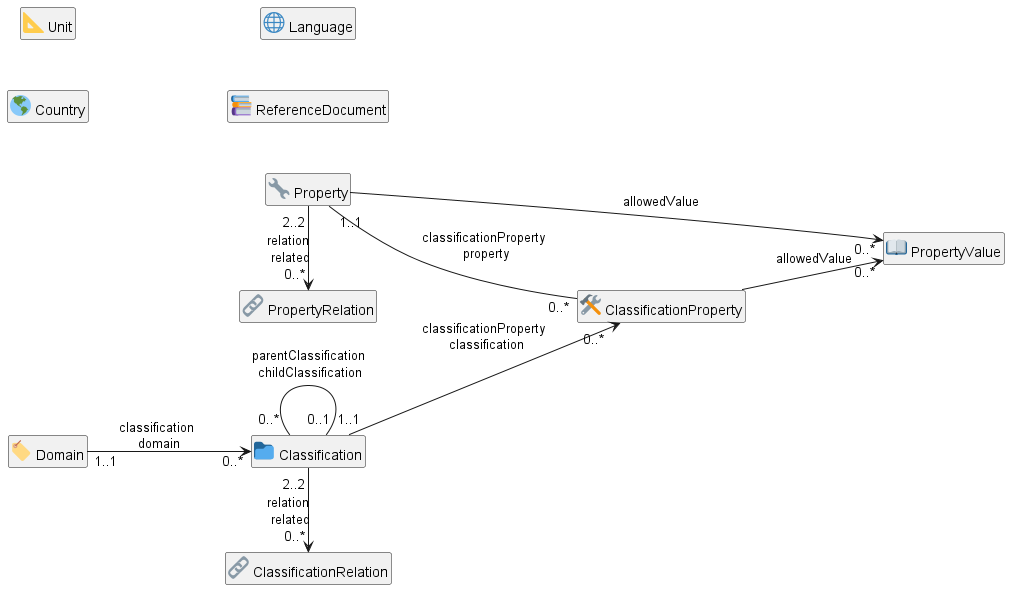
Before: soml2puml/img/bsdd-graphql-soml-diagram-overview.png, a diagram exported from PlantUML (VladimirAlexiev/soml). The source it was exported from:
```plantuml
@startuml
hide empty members
hide circle
left to right direction
skinparam nodesep 50

class "<:triangular_ruler:> Unit" as Unit
class "<:earth_americas:> Country" as Country
class "<:globe_with_meridians:> Language" as Language
class "<:books:> ReferenceDocument" as ReferenceDocument
class "<:label:> Domain" as Domain
class "<:wrench:> Property" as Property
class "<:file_folder:> Classification" as Classification
class "<:link:> ClassificationRelation" as ClassificationRelation
class "<:link:> PropertyRelation" as PropertyRelation
class "<:hammer_and_wrench:> ClassificationProperty" as ClassificationProperty
class "<:book:> PropertyValue" as PropertyValue
Domain                     "1..1" -d-> "0..*" Classification             : classification\n domain
Classification             "0..*" -d-  "0..1" Classification             : parentClassification\n childClassification
Classification             "2..2" -r-> "0..*" ClassificationRelation     : relation\n related
Classification             "1..1" -d-> "0..*" ClassificationProperty     : classificationProperty\n classification
Property                   "2..2" -r-> "0..*" PropertyRelation           : relation\n related
Property                   "1..1" -d-  "0..*" ClassificationProperty     : classificationProperty\n property
Property                          -d-> "0..*" PropertyValue              : allowedValue
ClassificationProperty            -d-> "0..*" PropertyValue              : allowedValue
@enduml
```
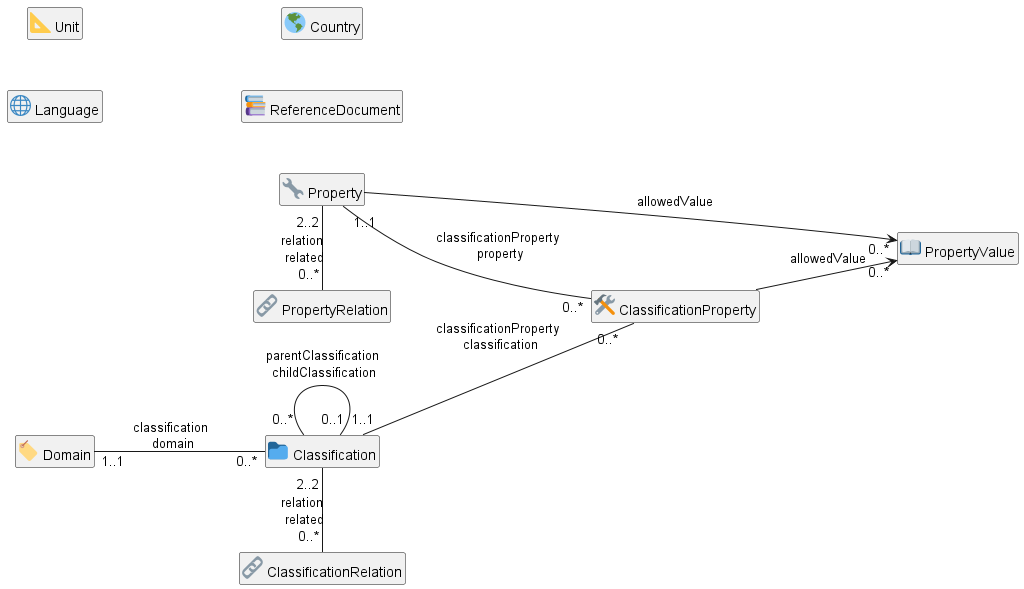
The same diagram one commit later.

Diff of the diagram source:
```diff
@@ -5,22 +5,22 @@
 skinparam nodesep 50
 
 class "<:triangular_ruler:> Unit" as Unit
+class "<:globe_with_meridians:> Language" as Language
 class "<:earth_americas:> Country" as Country
-class "<:globe_with_meridians:> Language" as Language
 class "<:books:> ReferenceDocument" as ReferenceDocument
 class "<:label:> Domain" as Domain
+class "<:file_folder:> Classification" as Classification
 class "<:wrench:> Property" as Property
-class "<:file_folder:> Classification" as Classification
+class "<:link:> PropertyRelation" as PropertyRelation
 class "<:link:> ClassificationRelation" as ClassificationRelation
-class "<:link:> PropertyRelation" as PropertyRelation
 class "<:hammer_and_wrench:> ClassificationProperty" as ClassificationProperty
 class "<:book:> PropertyValue" as PropertyValue
-Domain                     "1..1" -d-> "0..*" Classification             : classification\n domain
+Domain                     "1..1" -d-  "0..*" Classification             : classification\n domain
+Classification             "1..1" -d-  "0..*" ClassificationProperty     : classificationProperty\n classification
 Classification             "0..*" -d-  "0..1" Classification             : parentClassification\n childClassification
-Classification             "2..2" -r-> "0..*" ClassificationRelation     : relation\n related
-Classification             "1..1" -d-> "0..*" ClassificationProperty     : classificationProperty\n classification
-Property                   "2..2" -r-> "0..*" PropertyRelation           : relation\n related
+Classification             "2..2" -r-  "0..*" ClassificationRelation     : relation\n related
 Property                   "1..1" -d-  "0..*" ClassificationProperty     : classificationProperty\n property
+Property                   "2..2" -r-  "0..*" PropertyRelation           : relation\n related
 Property                          -d-> "0..*" PropertyValue              : allowedValue
 ClassificationProperty            -d-> "0..*" PropertyValue              : allowedValue
 @enduml
```
